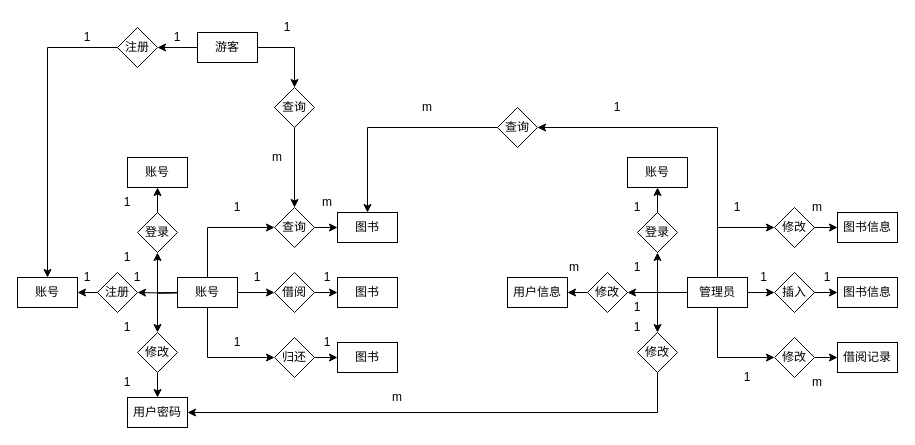
Above: Untitled Diagram.drawio in Varasekie/database_homework_proj (draw.io), before the change. Source tidied: cells renumbered, new cells numbered last; positions are measured from the earlier drawing's top-left corner, leaving out a move shared by most shapes. Both pictures are drawn from the tidied source at 100%, with x=0, y=0 at pixel (17, 17).
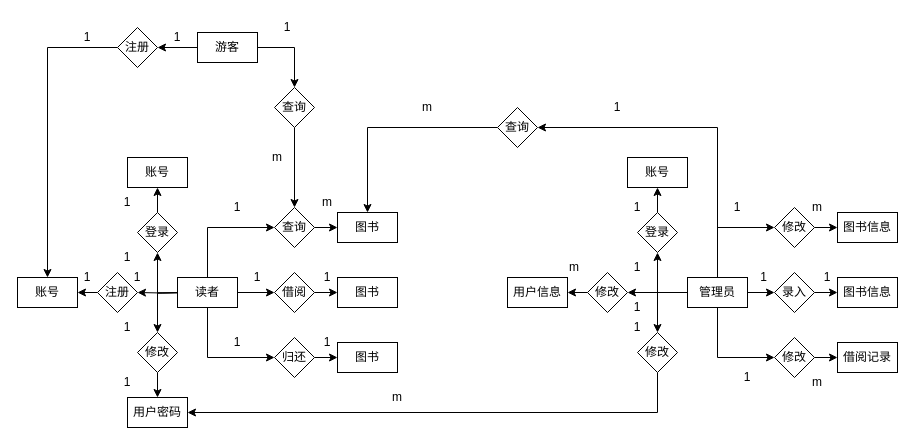
Above is the later version.

The edit, as a diff of the source:
```diff
@@
-    <mxCell id="24" value="账号" style="rounded=0;whiteSpace=wrap;html=1;" parent="1" vertex="1">
+    <mxCell id="24" value="读者" style="rounded=0;whiteSpace=wrap;html=1;" parent="1" vertex="1">
       <mxGeometry x="160" y="260" width="60" height="30" as="geometry" />
     </mxCell>
@@
-    <mxCell id="37" value="插入" style="rhombus;whiteSpace=wrap;html=1;" parent="1" vertex="1">
+    <mxCell id="37" value="录入" style="rhombus;whiteSpace=wrap;html=1;" parent="1" vertex="1">
       <mxGeometry x="757" y="255" width="40" height="40" as="geometry" />
     </mxCell>
```
